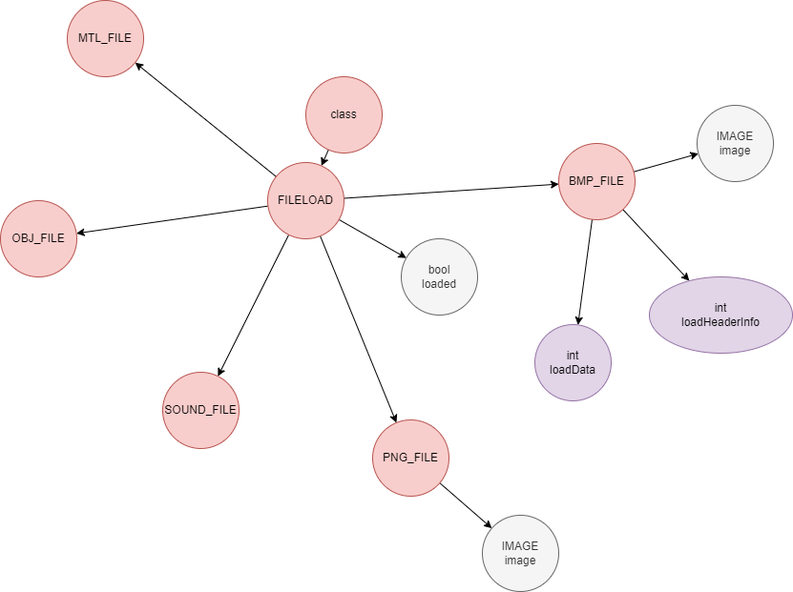
Earlier version of the draw.io export drawio/files/load/h.drawio.png (Tanso-mct/GLPA). Source tidied: cells renumbered, new cells last; positions are measured from the earlier drawing's top-left corner, leaving out a move shared by most shapes.
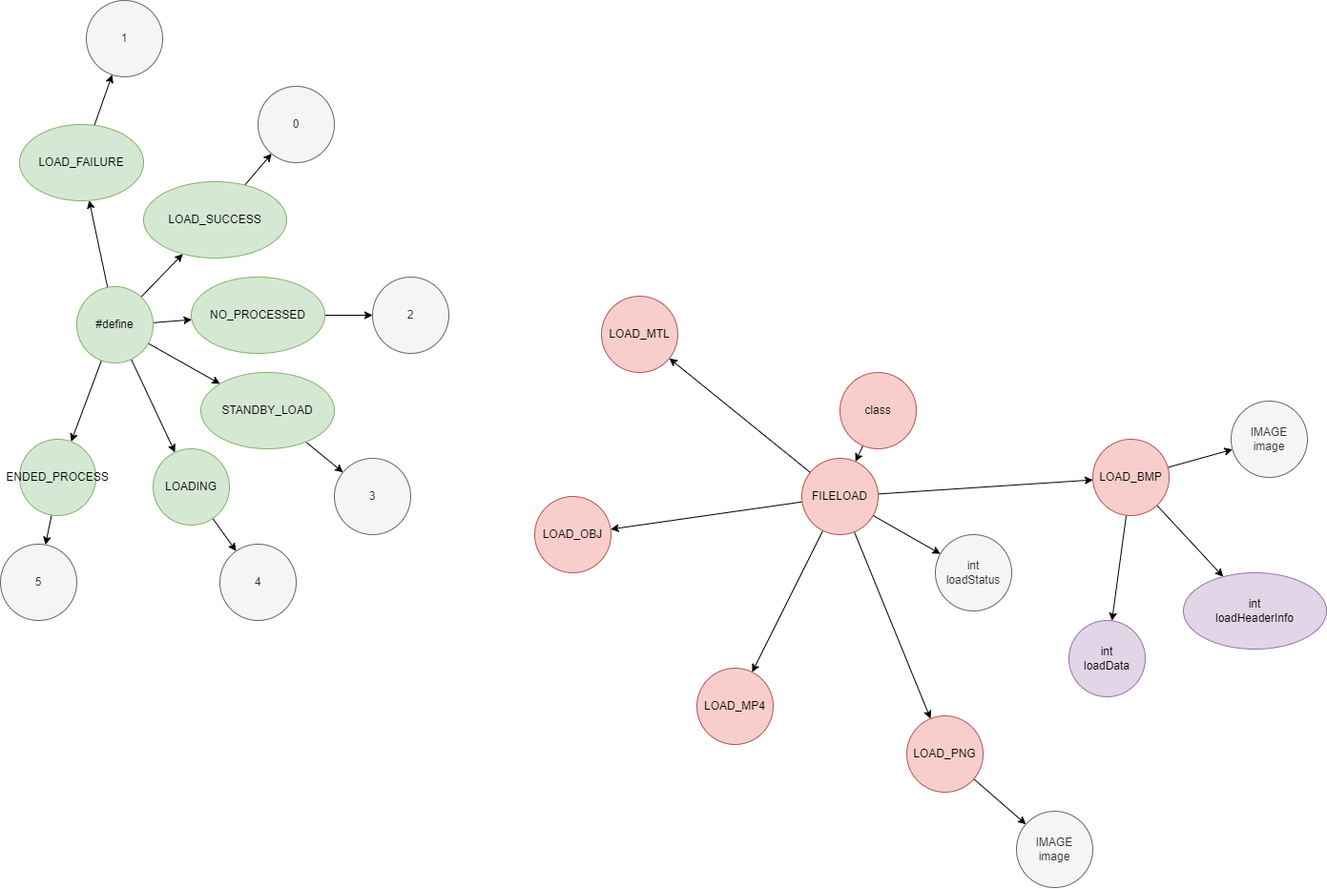
After the change.

What changed in the source:
```diff
@@ -38,16 +38,16 @@
     <mxCell id="13" style="edgeStyle=none;html=1;" parent="1" edge="1" source="14" target="20">
       <mxGeometry relative="1" as="geometry" />
     </mxCell>
-    <mxCell id="14" value="BMP_FILE" style="ellipse;whiteSpace=wrap;html=1;strokeColor=#b85450;fontFamily=Helvetica;fontSize=12;fillColor=#f8cecc;" parent="1" vertex="1">
+    <mxCell id="14" value="LOAD_BMP" style="ellipse;whiteSpace=wrap;html=1;strokeColor=#b85450;fontFamily=Helvetica;fontSize=12;fillColor=#f8cecc;" parent="1" vertex="1">
       <mxGeometry x="585" y="150" width="80" height="80" as="geometry" />
     </mxCell>
-    <mxCell id="15" value="bool&lt;br&gt;loaded" style="ellipse;whiteSpace=wrap;html=1;strokeColor=#666666;fontFamily=Helvetica;fontSize=12;fontColor=#333333;fillColor=#f5f5f5;" parent="1" vertex="1">
+    <mxCell id="15" value="int&lt;br&gt;loadStatus" style="ellipse;whiteSpace=wrap;html=1;strokeColor=#666666;fontFamily=Helvetica;fontSize=12;fontColor=#333333;fillColor=#f5f5f5;" parent="1" vertex="1">
       <mxGeometry x="420" y="250" width="80" height="80" as="geometry" />
     </mxCell>
     <mxCell id="16" style="edgeStyle=none;html=1;" parent="1" edge="1" source="17" target="21">
       <mxGeometry relative="1" as="geometry" />
     </mxCell>
-    <mxCell id="17" value="PNG_FILE" style="ellipse;whiteSpace=wrap;html=1;strokeColor=#b85450;fontFamily=Helvetica;fontSize=12;fillColor=#f8cecc;" parent="1" vertex="1">
+    <mxCell id="17" value="LOAD_PNG" style="ellipse;whiteSpace=wrap;html=1;strokeColor=#b85450;fontFamily=Helvetica;fontSize=12;fillColor=#f8cecc;" parent="1" vertex="1">
       <mxGeometry x="390" y="440" width="80" height="80" as="geometry" />
     </mxCell>
     <mxCell id="18" value="int&lt;br&gt;loadHeaderInfo" style="ellipse;whiteSpace=wrap;html=1;strokeColor=#9673a6;fontFamily=Helvetica;fontSize=12;fillColor=#e1d5e7;" parent="1" vertex="1">
@@ -62,14 +62,89 @@
     <mxCell id="21" value="IMAGE&lt;br&gt;image" style="ellipse;whiteSpace=wrap;html=1;fillColor=#f5f5f5;fontColor=#333333;strokeColor=#666666;" parent="1" vertex="1">
       <mxGeometry x="505" y="540" width="80" height="80" as="geometry" />
     </mxCell>
-    <mxCell id="22" value="SOUND_FILE" style="ellipse;whiteSpace=wrap;html=1;fillColor=#f8cecc;strokeColor=#b85450;" parent="1" vertex="1">
+    <mxCell id="22" value="LOAD_MP4" style="ellipse;whiteSpace=wrap;html=1;fillColor=#f8cecc;strokeColor=#b85450;" parent="1" vertex="1">
       <mxGeometry x="170" y="390" width="80" height="80" as="geometry" />
     </mxCell>
-    <mxCell id="23" value="OBJ_FILE" style="ellipse;whiteSpace=wrap;html=1;fillColor=#f8cecc;strokeColor=#b85450;" parent="1" vertex="1">
+    <mxCell id="23" value="LOAD_OBJ" style="ellipse;whiteSpace=wrap;html=1;fillColor=#f8cecc;strokeColor=#b85450;" parent="1" vertex="1">
       <mxGeometry y="210" width="80" height="80" as="geometry" />
     </mxCell>
-    <mxCell id="24" value="MTL_FILE" style="ellipse;whiteSpace=wrap;html=1;fillColor=#f8cecc;strokeColor=#b85450;" parent="1" vertex="1">
+    <mxCell id="24" value="LOAD_MTL" style="ellipse;whiteSpace=wrap;html=1;fillColor=#f8cecc;strokeColor=#b85450;" parent="1" vertex="1">
       <mxGeometry x="70" width="80" height="80" as="geometry" />
     </mxCell>
+    <mxCell id="25" style="edgeStyle=none;html=1;fontFamily=Helvetica;fontSize=12;fontColor=#333333;" parent="1" edge="1" source="31" target="41">
+      <mxGeometry relative="1" as="geometry" />
+    </mxCell>
+    <mxCell id="26" style="edgeStyle=none;html=1;fontFamily=Helvetica;fontSize=12;fontColor=#333333;" parent="1" edge="1" source="31" target="39">
+      <mxGeometry relative="1" as="geometry" />
+    </mxCell>
+    <mxCell id="27" style="edgeStyle=none;html=1;fontFamily=Helvetica;fontSize=12;fontColor=#333333;" parent="1" edge="1" source="31" target="33">
+      <mxGeometry relative="1" as="geometry" />
+    </mxCell>
+    <mxCell id="28" style="edgeStyle=none;html=1;fontFamily=Helvetica;fontSize=12;fontColor=#333333;" parent="1" edge="1" source="31" target="36">
+      <mxGeometry relative="1" as="geometry" />
+    </mxCell>
+    <mxCell id="29" style="edgeStyle=none;html=1;fontFamily=Helvetica;fontSize=12;fontColor=#333333;" parent="1" edge="1" source="31" target="43">
+      <mxGeometry relative="1" as="geometry" />
+    </mxCell>
+    <mxCell id="30" style="edgeStyle=none;html=1;fontFamily=Helvetica;fontSize=12;fontColor=#333333;" parent="1" edge="1" source="31" target="45">
+      <mxGeometry relative="1" as="geometry" />
+    </mxCell>
+    <mxCell id="31" value="#define" style="ellipse;whiteSpace=wrap;html=1;fillColor=#d5e8d4;strokeColor=#82b366;" parent="1" vertex="1">
+      <mxGeometry x="-480" y="-10" width="80" height="80" as="geometry" />
+    </mxCell>
+    <mxCell id="32" style="edgeStyle=none;html=1;fontFamily=Helvetica;fontSize=12;fontColor=#333333;" parent="1" edge="1" source="33" target="47">
+      <mxGeometry relative="1" as="geometry" />
+    </mxCell>
+    <mxCell id="33" value="STANDBY_LOAD" style="ellipse;whiteSpace=wrap;html=1;strokeColor=#82b366;fontFamily=Helvetica;fontSize=12;fillColor=#d5e8d4;" parent="1" vertex="1">
+      <mxGeometry x="-350" y="80" width="140" height="80" as="geometry" />
+    </mxCell>
+    <mxCell id="34" value="1" style="ellipse;whiteSpace=wrap;html=1;strokeColor=#666666;fontFamily=Helvetica;fontSize=12;fontColor=#333333;fillColor=#f5f5f5;" parent="1" vertex="1">
+      <mxGeometry x="-470" y="-310" width="80" height="80" as="geometry" />
+    </mxCell>
+    <mxCell id="35" style="edgeStyle=none;html=1;fontFamily=Helvetica;fontSize=12;fontColor=#333333;" parent="1" edge="1" source="36" target="46">
+      <mxGeometry relative="1" as="geometry" />
+    </mxCell>
+    <mxCell id="36" value="NO_PROCESSED" style="ellipse;whiteSpace=wrap;html=1;strokeColor=#82b366;fontFamily=Helvetica;fontSize=12;fillColor=#d5e8d4;" parent="1" vertex="1">
+      <mxGeometry x="-360" y="-20" width="140" height="80" as="geometry" />
+    </mxCell>
+    <mxCell id="37" value="0" style="ellipse;whiteSpace=wrap;html=1;strokeColor=#666666;fontFamily=Helvetica;fontSize=12;fontColor=#333333;fillColor=#f5f5f5;" parent="1" vertex="1">
+      <mxGeometry x="-290" y="-220" width="80" height="80" as="geometry" />
+    </mxCell>
+    <mxCell id="38" style="edgeStyle=none;html=1;fontFamily=Helvetica;fontSize=12;fontColor=#333333;" parent="1" edge="1" source="39" target="48">
+      <mxGeometry relative="1" as="geometry" />
+    </mxCell>
+    <mxCell id="39" value="LOADING" style="ellipse;whiteSpace=wrap;html=1;strokeColor=#82b366;fontFamily=Helvetica;fontSize=12;fillColor=#d5e8d4;" parent="1" vertex="1">
+      <mxGeometry x="-400" y="160" width="80" height="80" as="geometry" />
+    </mxCell>
+    <mxCell id="40" style="edgeStyle=none;html=1;fontFamily=Helvetica;fontSize=12;fontColor=#333333;" parent="1" edge="1" source="41" target="49">
+      <mxGeometry relative="1" as="geometry" />
+    </mxCell>
+    <mxCell id="41" value="ENDED_PROCESS" style="ellipse;whiteSpace=wrap;html=1;strokeColor=#82b366;fontFamily=Helvetica;fontSize=12;fillColor=#d5e8d4;" parent="1" vertex="1">
+      <mxGeometry x="-540" y="150" width="80" height="80" as="geometry" />
+    </mxCell>
+    <mxCell id="42" style="edgeStyle=none;html=1;fontFamily=Helvetica;fontSize=12;fontColor=#333333;" parent="1" edge="1" source="43" target="37">
+      <mxGeometry relative="1" as="geometry" />
+    </mxCell>
+    <mxCell id="43" value="LOAD_SUCCESS" style="ellipse;whiteSpace=wrap;html=1;strokeColor=#82b366;fontFamily=Helvetica;fontSize=12;fillColor=#d5e8d4;" parent="1" vertex="1">
+      <mxGeometry x="-410" y="-120" width="150" height="80" as="geometry" />
+    </mxCell>
+    <mxCell id="44" style="edgeStyle=none;html=1;fontFamily=Helvetica;fontSize=12;fontColor=#333333;" parent="1" edge="1" source="45" target="34">
+      <mxGeometry relative="1" as="geometry" />
+    </mxCell>
+    <mxCell id="45" value="LOAD_FAILURE" style="ellipse;whiteSpace=wrap;html=1;strokeColor=#82b366;fontFamily=Helvetica;fontSize=12;fillColor=#d5e8d4;" parent="1" vertex="1">
+      <mxGeometry x="-540" y="-180" width="130" height="80" as="geometry" />
+    </mxCell>
+    <mxCell id="46" value="2" style="ellipse;whiteSpace=wrap;html=1;strokeColor=#666666;fontFamily=Helvetica;fontSize=12;fontColor=#333333;fillColor=#f5f5f5;" parent="1" vertex="1">
+      <mxGeometry x="-170" y="-20" width="80" height="80" as="geometry" />
+    </mxCell>
+    <mxCell id="47" value="3" style="ellipse;whiteSpace=wrap;html=1;strokeColor=#666666;fontFamily=Helvetica;fontSize=12;fontColor=#333333;fillColor=#f5f5f5;" parent="1" vertex="1">
+      <mxGeometry x="-210" y="170" width="80" height="80" as="geometry" />
+    </mxCell>
+    <mxCell id="48" value="4" style="ellipse;whiteSpace=wrap;html=1;strokeColor=#666666;fontFamily=Helvetica;fontSize=12;fontColor=#333333;fillColor=#f5f5f5;" parent="1" vertex="1">
+      <mxGeometry x="-330" y="260" width="80" height="80" as="geometry" />
+    </mxCell>
+    <mxCell id="49" value="5" style="ellipse;whiteSpace=wrap;html=1;strokeColor=#666666;fontFamily=Helvetica;fontSize=12;fontColor=#333333;fillColor=#f5f5f5;" parent="1" vertex="1">
+      <mxGeometry x="-560" y="260" width="80" height="80" as="geometry" />
+    </mxCell>
   </root>
 </mxGraphModel>
```
